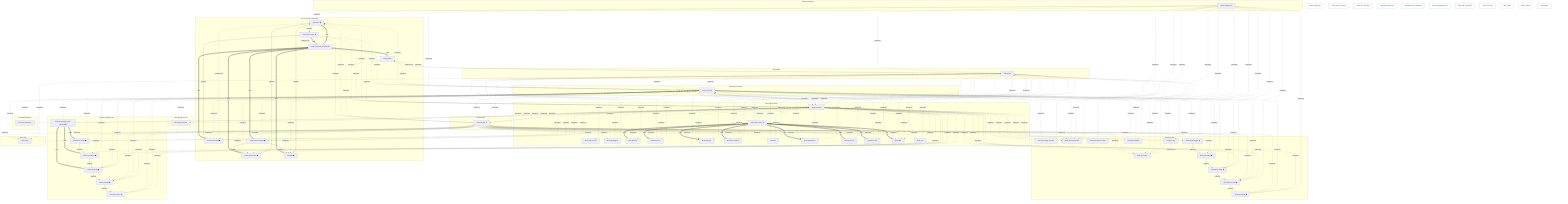
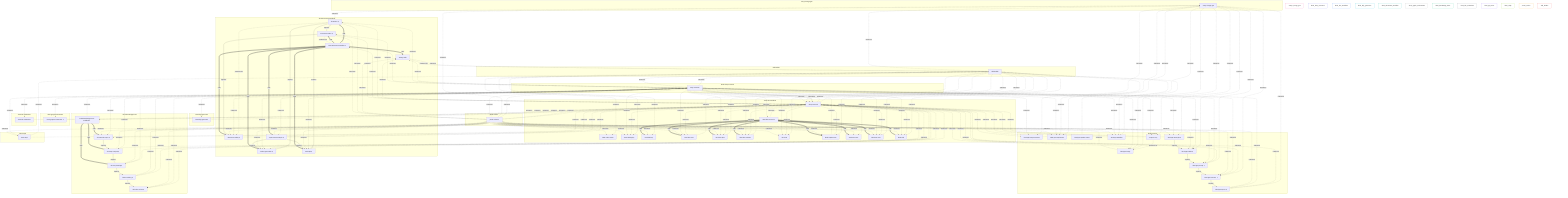
%% Skills Graph — auto-generated from skills-graph.json
%% Generated by scripts/build-graph/visualize-graph.py

graph TD
  subgraph "baoyu-image-gen"
    baoyu_image_gen_baoyu_image_gen["baoyu-image-gen"]
    style baoyu_image_gen fill:none,stroke:#ec4899
  end

  subgraph "ideal-deep-research"
    ideal_deep_research_deep_research["deep-research"]
    style ideal_deep_research fill:none,stroke:#6366f1
  end

  subgraph "ideal-dev-workflow"
    ideal_dev_workflow_ideal_code_review["ideal-code-review"]
    ideal_dev_workflow_ideal_debugging["ideal-debugging"]
    ideal_dev_workflow_deep_research["deep-research"]
    ideal_dev_workflow_ideal_delivery["ideal-delivery"]
    ideal_dev_workflow_ideal_dev_exec["ideal-dev-exec"]
    ideal_dev_workflow_ideal_dev_plan["ideal-dev-plan"]
    ideal_dev_workflow_ideal_dev_solution["ideal-dev-solution"]
    ideal_dev_workflow_ideal_flow_control["ideal-flow-control ⚙"]
    ideal_dev_workflow_ideal_init["ideal-init"]
    ideal_dev_workflow_ideal_requirement["ideal-requirement"]
    ideal_dev_workflow_ideal_test_case["ideal-test-case"]
    ideal_dev_workflow_ideal_test_exec["ideal-test-exec"]
    ideal_dev_workflow_ideal_wiki["ideal-wiki"]
-     ideal_dev_workflow_ideal_yolo["ideal-yolo"]
    style ideal_dev_workflow fill:none,stroke:#3b82f6
  end

  subgraph "ideal-dify-generator"
    ideal_dify_generator_ideal_dify_generator["ideal-dify-generator"]
    style ideal_dify_generator fill:none,stroke:#06b6d4
  end

  subgraph "ideal-document-workflow"
    ideal_document_workflow_document_render["document-render ◆"]
    ideal_document_workflow_document_writing["document-writing ◆"]
    ideal_document_workflow_ideal_document_workflow["ideal-document-workflow ⚙"]
    ideal_document_workflow_illustration["illustration ◆"]
    ideal_document_workflow_outline_generation["outline-generation ◆"]
    ideal_document_workflow_requirement_analysis["requirement-analysis ◆"]
    ideal_document_workflow_task_split["task-split ◆"]
    ideal_document_workflow_writing_skills["writing-skills"]
    style ideal_document_workflow fill:none,stroke:#14b8a6
+   end
+ 
+   subgraph "ideal-graph-orchestrator"
+     ideal_graph_orchestrator_ideal_graph_orchestrator["ideal-graph-orchestrator ⚙"]
+     style ideal_graph_orchestrator fill:none,stroke:#999999
  end

  subgraph "ideal-knowledge-base"
    ideal_knowledge_base_build_knowledge_base_workflow["build-knowledge-base-workflow ⚙"]
    ideal_knowledge_base_kb_deep_analysis["kb-deep-analysis ◆"]
    ideal_knowledge_base_kb_doc_planning["kb-doc-planning ◆"]
    ideal_knowledge_base_kb_doc_writing["kb-doc-writing ◆"]
    ideal_knowledge_base_kb_index_review["kb-index-review ◆"]
    ideal_knowledge_base_kb_material_scope["kb-material-scope ◆"]
    style ideal_knowledge_base fill:none,stroke:#10b981
  end

  subgraph "ideal-lab-maintainer"
    ideal_lab_maintainer_ideal_lab_maintainer["ideal-lab-maintainer"]
    style ideal_lab_maintainer fill:none,stroke:#6b7280
  end

  subgraph "ideal-ppt-suite"
    ideal_ppt_suite_ideal_ppt_executor["ideal-ppt-executor ◆"]
    ideal_ppt_suite_ideal_ppt_export["ideal-ppt-export ◆"]
    ideal_ppt_suite_ideal_ppt_image["ideal-ppt-image"]
    ideal_ppt_suite_ideal_ppt_image_executor["ideal-ppt-image-executor"]
    ideal_ppt_suite_ideal_ppt_outline["ideal-ppt-outline ◆"]
    ideal_ppt_suite_ideal_ppt_prompt["ideal-ppt-prompt ◆"]
    ideal_ppt_suite_ideal_ppt_requirement["ideal-ppt-requirement"]
    ideal_ppt_suite_ideal_ppt_speaker_notes["ideal-ppt-speaker-notes"]
    ideal_ppt_suite_ideal_ppt_strategist["ideal-ppt-strategist ◆"]
    ideal_ppt_suite_ideal_ppt_workflow["ideal-ppt-workflow"]
    ideal_ppt_suite_image_to_svg["image-to-svg"]
    style ideal_ppt_suite fill:none,stroke:#8b5cf6
  end

  subgraph "ideal-ralph"
    ideal_ralph_ideal_ralph["ideal-ralph"]
    style ideal_ralph fill:none,stroke:#84cc16
  end

  subgraph "panel-review"
    panel_review_panel_review["panel-review ⚙"]
    style panel_review fill:none,stroke:#f59e0b
  end

  subgraph "skill-builder"
    skill_builder_skill_builder["skill-builder"]
    style skill_builder fill:none,stroke:#ef4444
  end

  ideal_dev_workflow_ideal_flow_control ==>|calls| ideal_dev_workflow_ideal_delivery
  ideal_dev_workflow_ideal_flow_control ==>|calls| ideal_dev_workflow_ideal_dev_exec
  ideal_dev_workflow_ideal_flow_control ==>|calls| ideal_dev_workflow_ideal_dev_plan
  ideal_dev_workflow_ideal_flow_control ==>|calls| ideal_dev_workflow_ideal_dev_solution
  ideal_dev_workflow_ideal_flow_control ==>|calls| ideal_dev_workflow_ideal_requirement
  ideal_dev_workflow_ideal_flow_control ==>|calls| ideal_dev_workflow_ideal_test_case
  ideal_dev_workflow_ideal_flow_control ==>|calls| ideal_dev_workflow_ideal_test_exec
  ideal_dev_workflow_ideal_flow_control ==>|calls| ideal_dev_workflow_ideal_wiki
  ideal_document_workflow_ideal_document_workflow ==>|calls| ideal_document_workflow_document_render
  ideal_document_workflow_ideal_document_workflow ==>|calls| ideal_document_workflow_document_writing
  ideal_document_workflow_ideal_document_workflow ==>|calls| ideal_document_workflow_illustration
  ideal_document_workflow_ideal_document_workflow ==>|calls| ideal_document_workflow_outline_generation
  ideal_document_workflow_ideal_document_workflow ==>|calls| ideal_document_workflow_requirement_analysis
  ideal_document_workflow_ideal_document_workflow ==>|calls| ideal_document_workflow_task_split
  ideal_document_workflow_ideal_document_workflow ==>|calls| ideal_document_workflow_writing_skills
  ideal_knowledge_base_build_knowledge_base_workflow ==>|calls| ideal_knowledge_base_kb_deep_analysis
  ideal_knowledge_base_build_knowledge_base_workflow ==>|calls| ideal_knowledge_base_kb_doc_planning
  ideal_knowledge_base_build_knowledge_base_workflow ==>|calls| ideal_knowledge_base_kb_material_scope
  ideal_knowledge_base_kb_material_scope -->|requires| ideal_knowledge_base_kb_deep_analysis
  ideal_knowledge_base_kb_deep_analysis -->|requires| ideal_knowledge_base_kb_doc_planning
  ideal_knowledge_base_kb_doc_planning -->|requires| ideal_knowledge_base_kb_doc_writing
  ideal_knowledge_base_kb_doc_writing -->|requires| ideal_knowledge_base_kb_index_review
  ideal_ppt_suite_ideal_ppt_strategist -->|requires| ideal_ppt_suite_ideal_ppt_outline
  ideal_ppt_suite_ideal_ppt_outline -->|requires| ideal_ppt_suite_ideal_ppt_prompt
  ideal_ppt_suite_ideal_ppt_prompt -->|requires| ideal_ppt_suite_ideal_ppt_executor
  ideal_ppt_suite_ideal_ppt_executor -->|requires| ideal_ppt_suite_ideal_ppt_export
  ideal_document_workflow_requirement_analysis -->|requires| ideal_document_workflow_outline_generation
  ideal_document_workflow_requirement_analysis -->|requires| ideal_document_workflow_task_split
  ideal_document_workflow_outline_generation -->|requires| ideal_document_workflow_illustration
  ideal_document_workflow_task_split -->|requires| ideal_document_workflow_illustration
  ideal_document_workflow_illustration -->|requires| ideal_document_workflow_document_render
  ideal_document_workflow_document_render -->|requires| ideal_document_workflow_document_writing
  panel_review_panel_review -.->|enhances| baoyu_image_gen_baoyu_image_gen
  panel_review_panel_review -.->|enhances| ideal_deep_research_deep_research
  panel_review_panel_review -.->|enhances| ideal_dev_workflow_ideal_code_review
  panel_review_panel_review -.->|enhances| ideal_dev_workflow_ideal_debugging
  panel_review_panel_review -.->|enhances| ideal_dev_workflow_deep_research
  panel_review_panel_review -.->|enhances| ideal_dev_workflow_ideal_delivery
  panel_review_panel_review -.->|enhances| ideal_dev_workflow_ideal_dev_exec
  panel_review_panel_review -.->|enhances| ideal_dev_workflow_ideal_dev_plan
  panel_review_panel_review -.->|enhances| ideal_dev_workflow_ideal_dev_solution
  panel_review_panel_review -.->|enhances| ideal_dev_workflow_ideal_init
  panel_review_panel_review -.->|enhances| ideal_dev_workflow_ideal_requirement
  panel_review_panel_review -.->|enhances| ideal_dev_workflow_ideal_test_case
  panel_review_panel_review -.->|enhances| ideal_dev_workflow_ideal_test_exec
  panel_review_panel_review -.->|enhances| ideal_dev_workflow_ideal_wiki
-   panel_review_panel_review -.->|enhances| ideal_dev_workflow_ideal_yolo
  panel_review_panel_review -.->|enhances| ideal_document_workflow_document_render
  panel_review_panel_review -.->|enhances| ideal_document_workflow_document_writing
  panel_review_panel_review -.->|enhances| ideal_document_workflow_illustration
  panel_review_panel_review -.->|enhances| ideal_document_workflow_outline_generation
  panel_review_panel_review -.->|enhances| ideal_document_workflow_requirement_analysis
  panel_review_panel_review -.->|enhances| ideal_document_workflow_task_split
  panel_review_panel_review -.->|enhances| ideal_document_workflow_writing_skills
  panel_review_panel_review -.->|enhances| ideal_knowledge_base_kb_deep_analysis
  panel_review_panel_review -.->|enhances| ideal_knowledge_base_kb_doc_planning
  panel_review_panel_review -.->|enhances| ideal_knowledge_base_kb_doc_writing
  panel_review_panel_review -.->|enhances| ideal_knowledge_base_kb_index_review
  panel_review_panel_review -.->|enhances| ideal_knowledge_base_kb_material_scope
  panel_review_panel_review -.->|enhances| ideal_ppt_suite_ideal_ppt_executor
  panel_review_panel_review -.->|enhances| ideal_ppt_suite_ideal_ppt_export
  panel_review_panel_review -.->|enhances| ideal_ppt_suite_ideal_ppt_image
  panel_review_panel_review -.->|enhances| ideal_ppt_suite_ideal_ppt_outline
  panel_review_panel_review -.->|enhances| ideal_ppt_suite_ideal_ppt_prompt
  panel_review_panel_review -.->|enhances| ideal_ppt_suite_ideal_ppt_requirement
  panel_review_panel_review -.->|enhances| ideal_ppt_suite_ideal_ppt_strategist
  panel_review_panel_review -.->|enhances| ideal_ppt_suite_ideal_ppt_workflow
  panel_review_panel_review -.->|enhances| ideal_ralph_ideal_ralph
  ideal_deep_research_deep_research -.->|enhances| ideal_dev_workflow_ideal_debugging
  ideal_deep_research_deep_research -.->|enhances| ideal_dev_workflow_deep_research
  ideal_deep_research_deep_research -.->|enhances| ideal_dev_workflow_ideal_dev_exec
  ideal_deep_research_deep_research -.->|enhances| ideal_dev_workflow_ideal_dev_plan
  ideal_deep_research_deep_research -.->|enhances| ideal_dev_workflow_ideal_dev_solution
  ideal_deep_research_deep_research -.->|enhances| ideal_dev_workflow_ideal_flow_control
  ideal_deep_research_deep_research -.->|enhances| ideal_dev_workflow_ideal_init
  ideal_deep_research_deep_research -.->|enhances| ideal_dev_workflow_ideal_requirement
  ideal_deep_research_deep_research -.->|enhances| ideal_dev_workflow_ideal_test_exec
  ideal_deep_research_deep_research -.->|enhances| ideal_dev_workflow_ideal_wiki
  ideal_deep_research_deep_research -.->|enhances| ideal_dify_generator_ideal_dify_generator
  ideal_deep_research_deep_research -.->|enhances| ideal_document_workflow_document_render
  ideal_deep_research_deep_research -.->|enhances| ideal_document_workflow_document_writing
  ideal_deep_research_deep_research -.->|enhances| ideal_document_workflow_ideal_document_workflow
  ideal_deep_research_deep_research -.->|enhances| ideal_document_workflow_illustration
  ideal_deep_research_deep_research -.->|enhances| ideal_document_workflow_outline_generation
  ideal_deep_research_deep_research -.->|enhances| ideal_document_workflow_requirement_analysis
  ideal_deep_research_deep_research -.->|enhances| ideal_document_workflow_task_split
  ideal_deep_research_deep_research -.->|enhances| ideal_document_workflow_writing_skills
+   ideal_deep_research_deep_research -.->|enhances| ideal_graph_orchestrator_ideal_graph_orchestrator
  ideal_deep_research_deep_research -.->|enhances| ideal_knowledge_base_build_knowledge_base_workflow
  ideal_deep_research_deep_research -.->|enhances| ideal_knowledge_base_kb_deep_analysis
  ideal_deep_research_deep_research -.->|enhances| ideal_knowledge_base_kb_doc_planning
  ideal_deep_research_deep_research -.->|enhances| ideal_knowledge_base_kb_doc_writing
  ideal_deep_research_deep_research -.->|enhances| ideal_knowledge_base_kb_index_review
  ideal_deep_research_deep_research -.->|enhances| ideal_knowledge_base_kb_material_scope
  ideal_deep_research_deep_research -.->|enhances| ideal_lab_maintainer_ideal_lab_maintainer
  ideal_deep_research_deep_research -.->|enhances| ideal_ppt_suite_ideal_ppt_executor
  ideal_deep_research_deep_research -.->|enhances| ideal_ppt_suite_ideal_ppt_export
  ideal_deep_research_deep_research -.->|enhances| ideal_ppt_suite_ideal_ppt_image
  ideal_deep_research_deep_research -.->|enhances| ideal_ppt_suite_ideal_ppt_image_executor
  ideal_deep_research_deep_research -.->|enhances| ideal_ppt_suite_ideal_ppt_outline
  ideal_deep_research_deep_research -.->|enhances| ideal_ppt_suite_ideal_ppt_prompt
  ideal_deep_research_deep_research -.->|enhances| ideal_ppt_suite_ideal_ppt_requirement
  ideal_deep_research_deep_research -.->|enhances| ideal_ppt_suite_ideal_ppt_strategist
  ideal_deep_research_deep_research -.->|enhances| ideal_ppt_suite_ideal_ppt_workflow
  ideal_deep_research_deep_research -.->|enhances| ideal_ppt_suite_image_to_svg
  ideal_deep_research_deep_research -.->|enhances| ideal_ralph_ideal_ralph
  ideal_deep_research_deep_research -.->|enhances| panel_review_panel_review
  ideal_deep_research_deep_research -.->|enhances| skill_builder_skill_builder
  ideal_dev_workflow_deep_research -.->|enhances| ideal_deep_research_deep_research
  ideal_dev_workflow_deep_research -.->|enhances| ideal_dev_workflow_ideal_debugging
  ideal_dev_workflow_deep_research -.->|enhances| ideal_dev_workflow_ideal_dev_exec
  ideal_dev_workflow_deep_research -.->|enhances| ideal_dev_workflow_ideal_dev_plan
  ideal_dev_workflow_deep_research -.->|enhances| ideal_dev_workflow_ideal_dev_solution
  ideal_dev_workflow_deep_research -.->|enhances| ideal_dev_workflow_ideal_flow_control
  ideal_dev_workflow_deep_research -.->|enhances| ideal_dev_workflow_ideal_init
  ideal_dev_workflow_deep_research -.->|enhances| ideal_dev_workflow_ideal_requirement
  ideal_dev_workflow_deep_research -.->|enhances| ideal_dev_workflow_ideal_test_exec
  ideal_dev_workflow_deep_research -.->|enhances| ideal_dev_workflow_ideal_wiki
  ideal_dev_workflow_deep_research -.->|enhances| ideal_dify_generator_ideal_dify_generator
  ideal_dev_workflow_deep_research -.->|enhances| ideal_document_workflow_document_render
  ideal_dev_workflow_deep_research -.->|enhances| ideal_document_workflow_document_writing
  ideal_dev_workflow_deep_research -.->|enhances| ideal_document_workflow_ideal_document_workflow
  ideal_dev_workflow_deep_research -.->|enhances| ideal_document_workflow_illustration
  ideal_dev_workflow_deep_research -.->|enhances| ideal_document_workflow_outline_generation
  ideal_dev_workflow_deep_research -.->|enhances| ideal_document_workflow_requirement_analysis
  ideal_dev_workflow_deep_research -.->|enhances| ideal_document_workflow_task_split
  ideal_dev_workflow_deep_research -.->|enhances| ideal_document_workflow_writing_skills
+   ideal_dev_workflow_deep_research -.->|enhances| ideal_graph_orchestrator_ideal_graph_orchestrator
  ideal_dev_workflow_deep_research -.->|enhances| ideal_knowledge_base_build_knowledge_base_workflow
  ideal_dev_workflow_deep_research -.->|enhances| ideal_knowledge_base_kb_deep_analysis
  ideal_dev_workflow_deep_research -.->|enhances| ideal_knowledge_base_kb_doc_planning
  ideal_dev_workflow_deep_research -.->|enhances| ideal_knowledge_base_kb_doc_writing
  ideal_dev_workflow_deep_research -.->|enhances| ideal_knowledge_base_kb_index_review
  ideal_dev_workflow_deep_research -.->|enhances| ideal_knowledge_base_kb_material_scope
  ideal_dev_workflow_deep_research -.->|enhances| ideal_lab_maintainer_ideal_lab_maintainer
  ideal_dev_workflow_deep_research -.->|enhances| ideal_ppt_suite_ideal_ppt_executor
  ideal_dev_workflow_deep_research -.->|enhances| ideal_ppt_suite_ideal_ppt_export
  ideal_dev_workflow_deep_research -.->|enhances| ideal_ppt_suite_ideal_ppt_image
  ideal_dev_workflow_deep_research -.->|enhances| ideal_ppt_suite_ideal_ppt_image_executor
  ideal_dev_workflow_deep_research -.->|enhances| ideal_ppt_suite_ideal_ppt_outline
  ideal_dev_workflow_deep_research -.->|enhances| ideal_ppt_suite_ideal_ppt_prompt
  ideal_dev_workflow_deep_research -.->|enhances| ideal_ppt_suite_ideal_ppt_requirement
  ideal_dev_workflow_deep_research -.->|enhances| ideal_ppt_suite_ideal_ppt_strategist
  ideal_dev_workflow_deep_research -.->|enhances| ideal_ppt_suite_ideal_ppt_workflow
  ideal_dev_workflow_deep_research -.->|enhances| ideal_ppt_suite_image_to_svg
  ideal_dev_workflow_deep_research -.->|enhances| ideal_ralph_ideal_ralph
  ideal_dev_workflow_deep_research -.->|enhances| panel_review_panel_review
  ideal_dev_workflow_deep_research -.->|enhances| skill_builder_skill_builder
  skill_builder_skill_builder -.->|enhances| baoyu_image_gen_baoyu_image_gen
  skill_builder_skill_builder -.->|enhances| ideal_deep_research_deep_research
  skill_builder_skill_builder -.->|enhances| ideal_dev_workflow_ideal_code_review
  skill_builder_skill_builder -.->|enhances| ideal_dev_workflow_ideal_debugging
  skill_builder_skill_builder -.->|enhances| ideal_dev_workflow_deep_research
  skill_builder_skill_builder -.->|enhances| ideal_dev_workflow_ideal_delivery
  skill_builder_skill_builder -.->|enhances| ideal_dev_workflow_ideal_dev_exec
  skill_builder_skill_builder -.->|enhances| ideal_dev_workflow_ideal_dev_plan
  skill_builder_skill_builder -.->|enhances| ideal_dev_workflow_ideal_dev_solution
  skill_builder_skill_builder -.->|enhances| ideal_dev_workflow_ideal_init
  skill_builder_skill_builder -.->|enhances| ideal_dev_workflow_ideal_requirement
  skill_builder_skill_builder -.->|enhances| ideal_dev_workflow_ideal_test_case
  skill_builder_skill_builder -.->|enhances| ideal_dev_workflow_ideal_test_exec
  skill_builder_skill_builder -.->|enhances| ideal_dev_workflow_ideal_wiki
-   skill_builder_skill_builder -.->|enhances| ideal_dev_workflow_ideal_yolo
  skill_builder_skill_builder -.->|enhances| ideal_document_workflow_writing_skills
  skill_builder_skill_builder -.->|enhances| ideal_ppt_suite_ideal_ppt_image
  skill_builder_skill_builder -.->|enhances| ideal_ppt_suite_ideal_ppt_requirement
  skill_builder_skill_builder -.->|enhances| ideal_ppt_suite_ideal_ppt_workflow
  skill_builder_skill_builder -.->|enhances| ideal_ralph_ideal_ralph
  baoyu_image_gen_baoyu_image_gen -.->|enhances| ideal_document_workflow_illustration
  baoyu_image_gen_baoyu_image_gen -.->|enhances| ideal_ppt_suite_ideal_ppt_executor
  baoyu_image_gen_baoyu_image_gen -.->|enhances| ideal_ppt_suite_ideal_ppt_export
  baoyu_image_gen_baoyu_image_gen -.->|enhances| ideal_ppt_suite_ideal_ppt_image
  baoyu_image_gen_baoyu_image_gen -.->|enhances| ideal_ppt_suite_ideal_ppt_image_executor
  baoyu_image_gen_baoyu_image_gen -.->|enhances| ideal_ppt_suite_ideal_ppt_outline
  baoyu_image_gen_baoyu_image_gen -.->|enhances| ideal_ppt_suite_ideal_ppt_prompt
  baoyu_image_gen_baoyu_image_gen -.->|enhances| ideal_ppt_suite_ideal_ppt_requirement
  baoyu_image_gen_baoyu_image_gen -.->|enhances| ideal_ppt_suite_ideal_ppt_speaker_notes
  baoyu_image_gen_baoyu_image_gen -.->|enhances| ideal_ppt_suite_ideal_ppt_strategist
  baoyu_image_gen_baoyu_image_gen -.->|enhances| ideal_ppt_suite_ideal_ppt_workflow
  baoyu_image_gen_baoyu_image_gen -.->|enhances| ideal_ppt_suite_image_to_svg
  ideal_deep_research_deep_research <-->|alternative| ideal_dev_workflow_deep_research
  ideal_document_workflow_document_render -.->|produces for| ideal_document_workflow_ideal_document_workflow
  ideal_document_workflow_illustration -.->|produces for| ideal_document_workflow_document_writing
  ideal_document_workflow_writing_skills -.->|produces for| skill_builder_skill_builder
  ideal_ppt_suite_image_to_svg -.->|produces for| ideal_ppt_suite_ideal_ppt_image

  %% Legend
  %% -->  : prerequisite (A must run before B)
  %% ==>  : embeds (A spawns B)
  %% -.-> : enhancement / produces_for (A improves/feeds B)
  %% <--> : alternative (A and B are interchangeable)